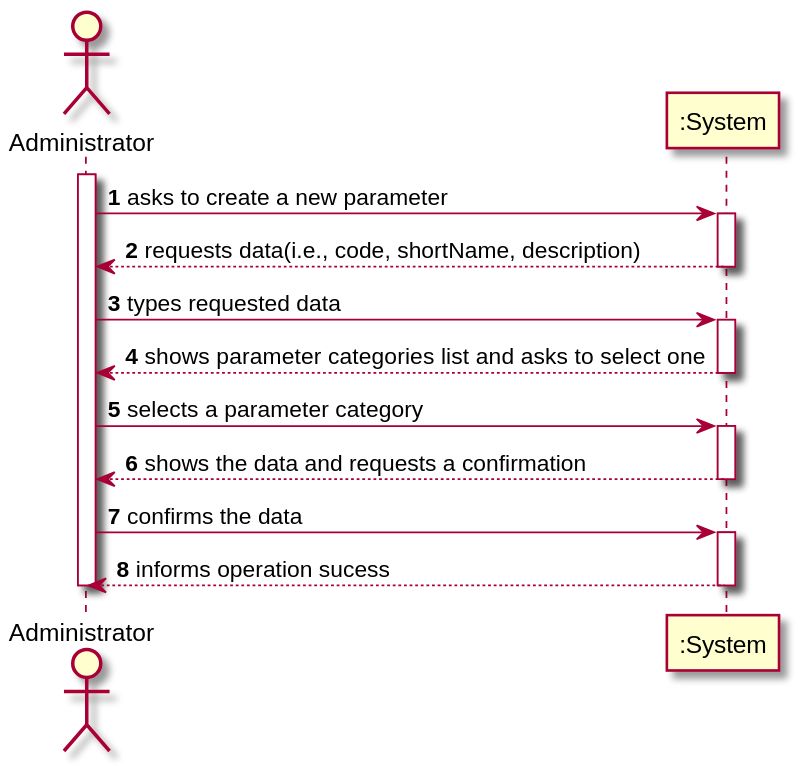
Before: docs/SprintB/US_10/US010_SSD.svg, a diagram exported from PlantUML (ana-albergaria/LAPR2-ISEP).
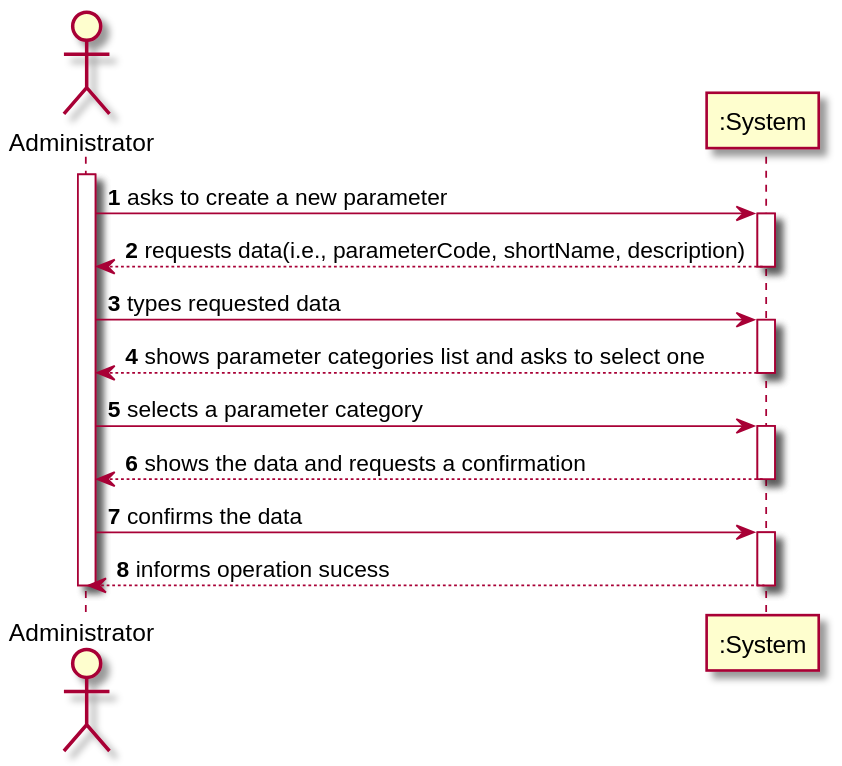
Above is the later version.

The edit, as a diff of the source:
```diff
@@ -5,7 +5,7 @@
 activate Adm
 Adm-> ":System" : asks to create a new parameter
 activate ":System"
-":System" --> Adm : requests data(i.e., code, shortName, description)
+":System" --> Adm : requests data(i.e., parameterCode, shortName, description)
 deactivate ":System"
 
 Adm-> ":System" : types requested data
```
